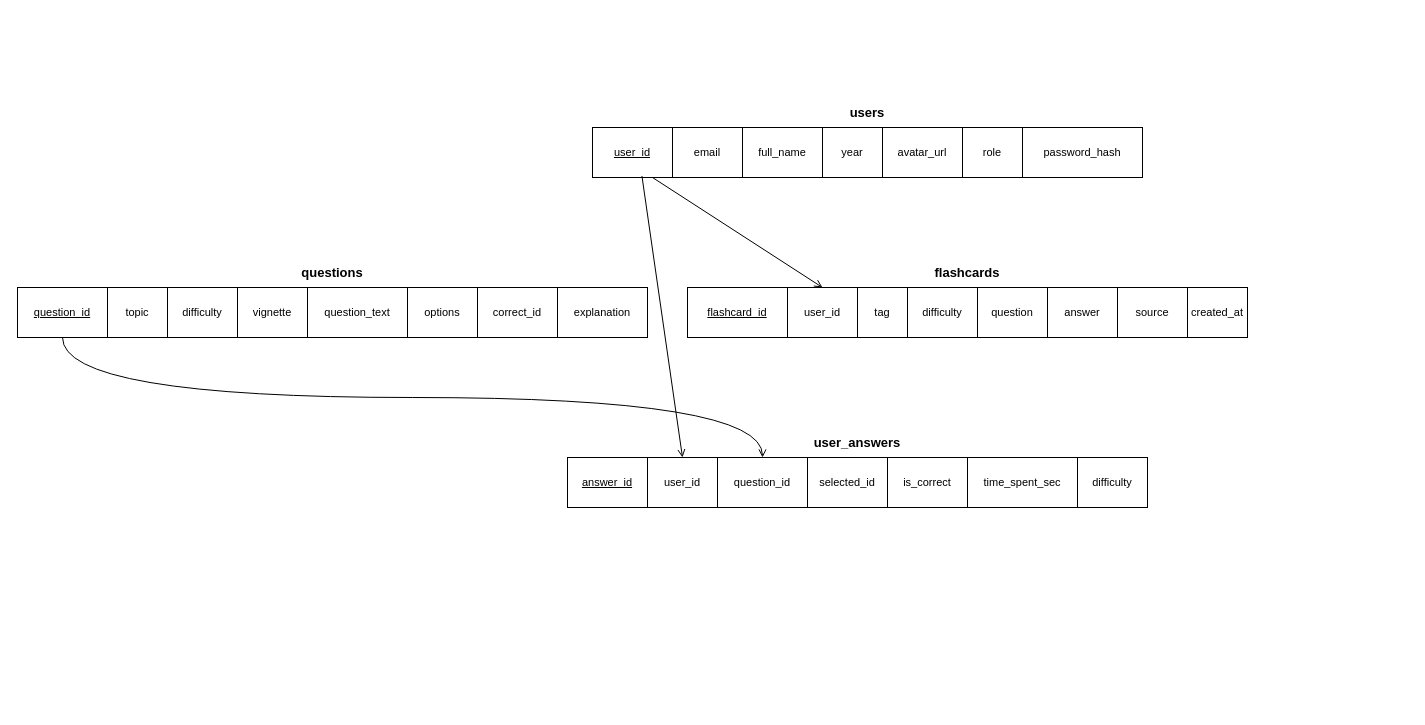
Before: medquiz_schema_diagram.drawio in Vector3-agency/CSE370, a draw.io diagram. Source tidied: cells renumbered, new cells numbered last; positions are measured from the earlier drawing's top-left corner, leaving out a move shared by most shapes. Both pictures are drawn from the tidied source at 100%, with x=0, y=0 at pixel (17, 97).
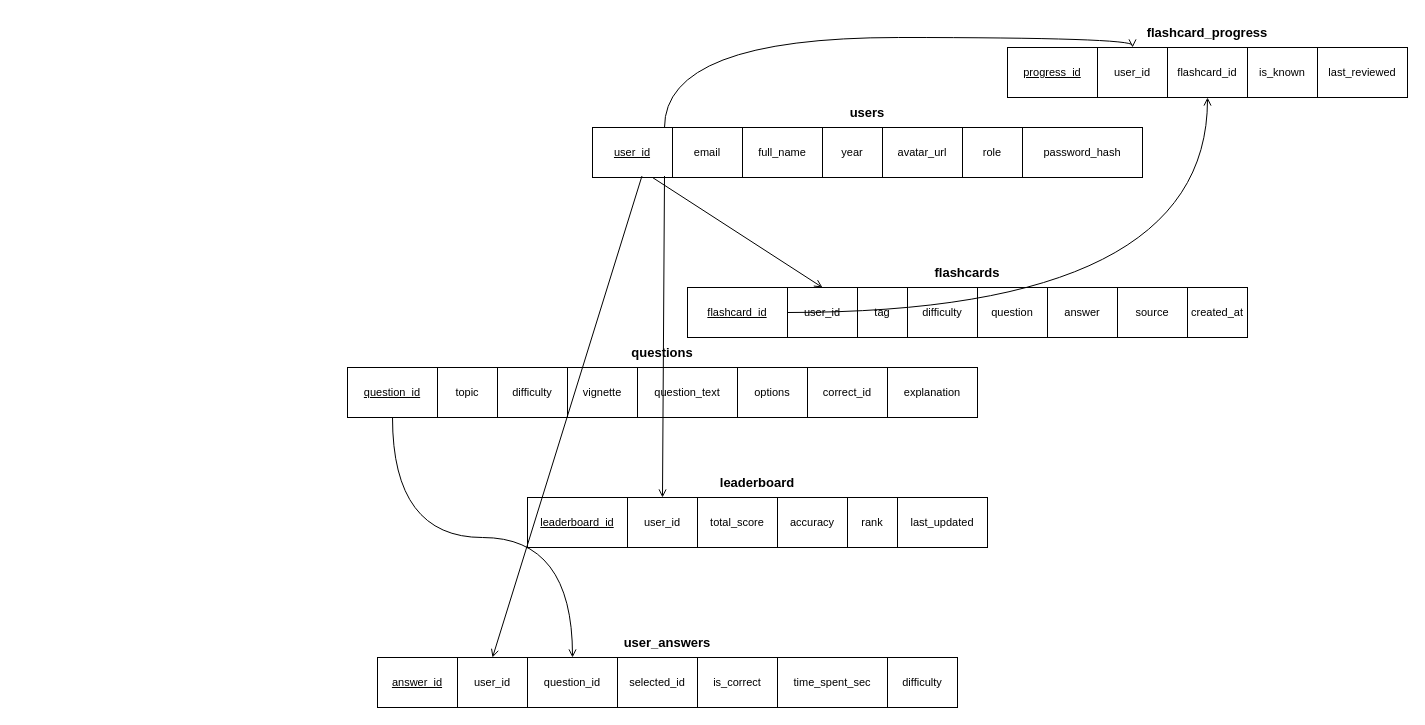
The same diagram, later.

Commit message (it also covers changes not shown here):
update schema and EER

The change refers to these unchanged cells:
```xml
<mxCell id="8" value="&lt;u&gt;flashcard_id&lt;/u&gt;" style="text;html=1;align=center;verticalAlign=middle;whiteSpace=wrap;fontSize=11;strokeColor=#000000;fillColor=none;rounded=0;" parent="5" vertex="1">
  <mxGeometry y="30" width="100" height="50" as="geometry" />
</mxCell>
<mxCell id="19" value="&lt;u&gt;user_id&lt;/u&gt;" style="text;html=1;align=center;verticalAlign=middle;whiteSpace=wrap;fontSize=11;strokeColor=#000000;fillColor=none;rounded=0;" parent="16" vertex="1">
  <mxGeometry y="30" width="80" height="50" as="geometry" />
</mxCell>
```

Diff of the diagram source:
```diff
@@
     <mxCell id="26" style="group;" parent="1" vertex="1">
-      <mxGeometry y="160" width="630" height="80" as="geometry" />
+      <mxGeometry x="330" y="240" width="630" height="80" as="geometry" />
     </mxCell>
@@
     <mxCell id="37" style="group;" parent="1" vertex="1">
-      <mxGeometry x="550" y="330" width="580" height="80" as="geometry" />
+      <mxGeometry x="360" y="530" width="580" height="80" as="geometry" />
     </mxCell>
@@
+    <mxCell id="47" style="group;" parent="1" vertex="1">
+      <mxGeometry x="510" y="370" width="460" height="80" as="geometry" />
+    </mxCell>
+    <mxCell id="48" value="leaderboard" style="text;html=1;align=center;verticalAlign=middle;whiteSpace=wrap;fontSize=13;fontStyle=1;strokeColor=none;fillColor=none;" parent="47" vertex="1">
+      <mxGeometry width="460" height="30" as="geometry" />
+    </mxCell>
+    <mxCell id="49" style="rounded=0;whiteSpace=wrap;html=1;fillColor=none;strokeColor=#000000;" parent="47" vertex="1">
+      <mxGeometry y="30" width="460" height="50" as="geometry" />
+    </mxCell>
+    <mxCell id="50" value="&lt;u&gt;leaderboard_id&lt;/u&gt;" style="text;html=1;align=center;verticalAlign=middle;whiteSpace=wrap;fontSize=11;strokeColor=#000000;fillColor=none;rounded=0;" parent="47" vertex="1">
+      <mxGeometry y="30" width="100" height="50" as="geometry" />
+    </mxCell>
+    <mxCell id="51" value="user_id" style="text;html=1;align=center;verticalAlign=middle;whiteSpace=wrap;fontSize=11;strokeColor=#000000;fillColor=none;rounded=0;" parent="47" vertex="1">
+      <mxGeometry x="100" y="30" width="70" height="50" as="geometry" />
+    </mxCell>
+    <mxCell id="52" value="total_score" style="text;html=1;align=center;verticalAlign=middle;whiteSpace=wrap;fontSize=11;strokeColor=#000000;fillColor=none;rounded=0;" parent="47" vertex="1">
+      <mxGeometry x="170" y="30" width="80" height="50" as="geometry" />
+    </mxCell>
+    <mxCell id="53" value="accuracy" style="text;html=1;align=center;verticalAlign=middle;whiteSpace=wrap;fontSize=11;strokeColor=#000000;fillColor=none;rounded=0;" parent="47" vertex="1">
+      <mxGeometry x="250" y="30" width="70" height="50" as="geometry" />
+    </mxCell>
+    <mxCell id="54" value="rank" style="text;html=1;align=center;verticalAlign=middle;whiteSpace=wrap;fontSize=11;strokeColor=#000000;fillColor=none;rounded=0;" parent="47" vertex="1">
+      <mxGeometry x="320" y="30" width="50" height="50" as="geometry" />
+    </mxCell>
+    <mxCell id="55" value="last_updated" style="text;html=1;align=center;verticalAlign=middle;whiteSpace=wrap;fontSize=11;strokeColor=#000000;fillColor=none;rounded=0;" parent="47" vertex="1">
+      <mxGeometry x="370" y="30" width="90" height="50" as="geometry" />
+    </mxCell>
+    <mxCell id="56" style="html=1;strokeColor=#000000;strokeWidth=1;endArrow=open;endFill=0;exitX=0.9;exitY=0.971;exitDx=0;exitDy=0;entryX=0.5;entryY=0;entryDx=0;entryDy=0;rounded=0;elbow=vertical;exitPerimeter=0;" parent="1" edge="1" source="19" target="51">
+      <mxGeometry relative="1" as="geometry" />
+    </mxCell>
+    <mxCell id="57" style="group;" parent="1" vertex="1">
+      <mxGeometry x="990" y="-80" width="400" height="80" as="geometry" />
+    </mxCell>
+    <mxCell id="58" value="flashcard_progress" style="text;html=1;align=center;verticalAlign=middle;whiteSpace=wrap;fontSize=13;fontStyle=1;strokeColor=none;fillColor=none;" parent="57" vertex="1">
+      <mxGeometry width="400" height="30" as="geometry" />
+    </mxCell>
+    <mxCell id="59" style="rounded=0;whiteSpace=wrap;html=1;fillColor=none;strokeColor=#000000;" parent="57" vertex="1">
+      <mxGeometry y="30" width="400" height="50" as="geometry" />
+    </mxCell>
+    <mxCell id="60" value="&lt;u&gt;progress_id&lt;/u&gt;" style="text;html=1;align=center;verticalAlign=middle;whiteSpace=wrap;fontSize=11;strokeColor=#000000;fillColor=none;rounded=0;" parent="57" vertex="1">
+      <mxGeometry y="30" width="90" height="50" as="geometry" />
+    </mxCell>
+    <mxCell id="61" value="user_id" style="text;html=1;align=center;verticalAlign=middle;whiteSpace=wrap;fontSize=11;strokeColor=#000000;fillColor=none;rounded=0;" parent="57" vertex="1">
+      <mxGeometry x="90" y="30" width="70" height="50" as="geometry" />
+    </mxCell>
+    <mxCell id="62" value="flashcard_id" style="text;html=1;align=center;verticalAlign=middle;whiteSpace=wrap;fontSize=11;strokeColor=#000000;fillColor=none;rounded=0;" parent="57" vertex="1">
+      <mxGeometry x="160" y="30" width="80" height="50" as="geometry" />
+    </mxCell>
+    <mxCell id="63" value="is_known" style="text;html=1;align=center;verticalAlign=middle;whiteSpace=wrap;fontSize=11;strokeColor=#000000;fillColor=none;rounded=0;" parent="57" vertex="1">
+      <mxGeometry x="240" y="30" width="70" height="50" as="geometry" />
+    </mxCell>
+    <mxCell id="64" value="last_reviewed" style="text;html=1;align=center;verticalAlign=middle;whiteSpace=wrap;fontSize=11;strokeColor=#000000;fillColor=none;rounded=0;" parent="57" vertex="1">
+      <mxGeometry x="310" y="30" width="90" height="50" as="geometry" />
+    </mxCell>
+    <mxCell id="65" style="html=1;strokeColor=#000000;strokeWidth=1;endArrow=open;endFill=0;exitX=0.9;exitY=0;exitDx=0;exitDy=0;entryX=0.5;entryY=0;entryDx=0;entryDy=0;rounded=0;edgeStyle=orthogonalEdgeStyle;curved=1;" parent="1" edge="1" source="19" target="61">
+      <mxGeometry relative="1" as="geometry" />
+    </mxCell>
+    <mxCell id="66" style="edgeStyle=orthogonalEdgeStyle;html=1;strokeColor=#000000;strokeWidth=1;endArrow=open;endFill=0;entryX=0.5;entryY=1;entryDx=0;entryDy=0;rounded=0;curved=1;" parent="1" edge="1" source="8" target="62">
+      <mxGeometry relative="1" as="geometry" />
+    </mxCell>
```
